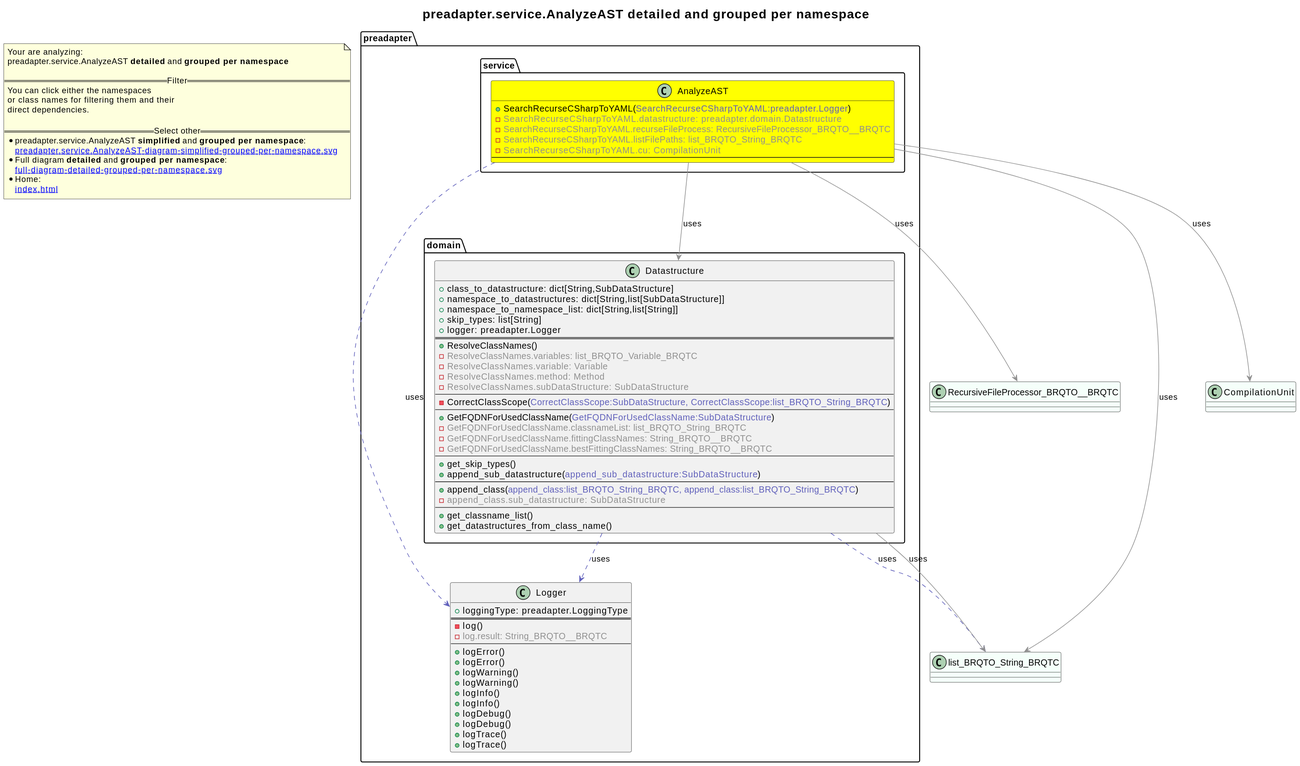
Earlier version of the PlantUML export revenger-java-adapter.out/preadapter.service.AnalyzeAST-diagram-detailed-grouped-per-namespace.svg (2BlackCoffees/revenger).
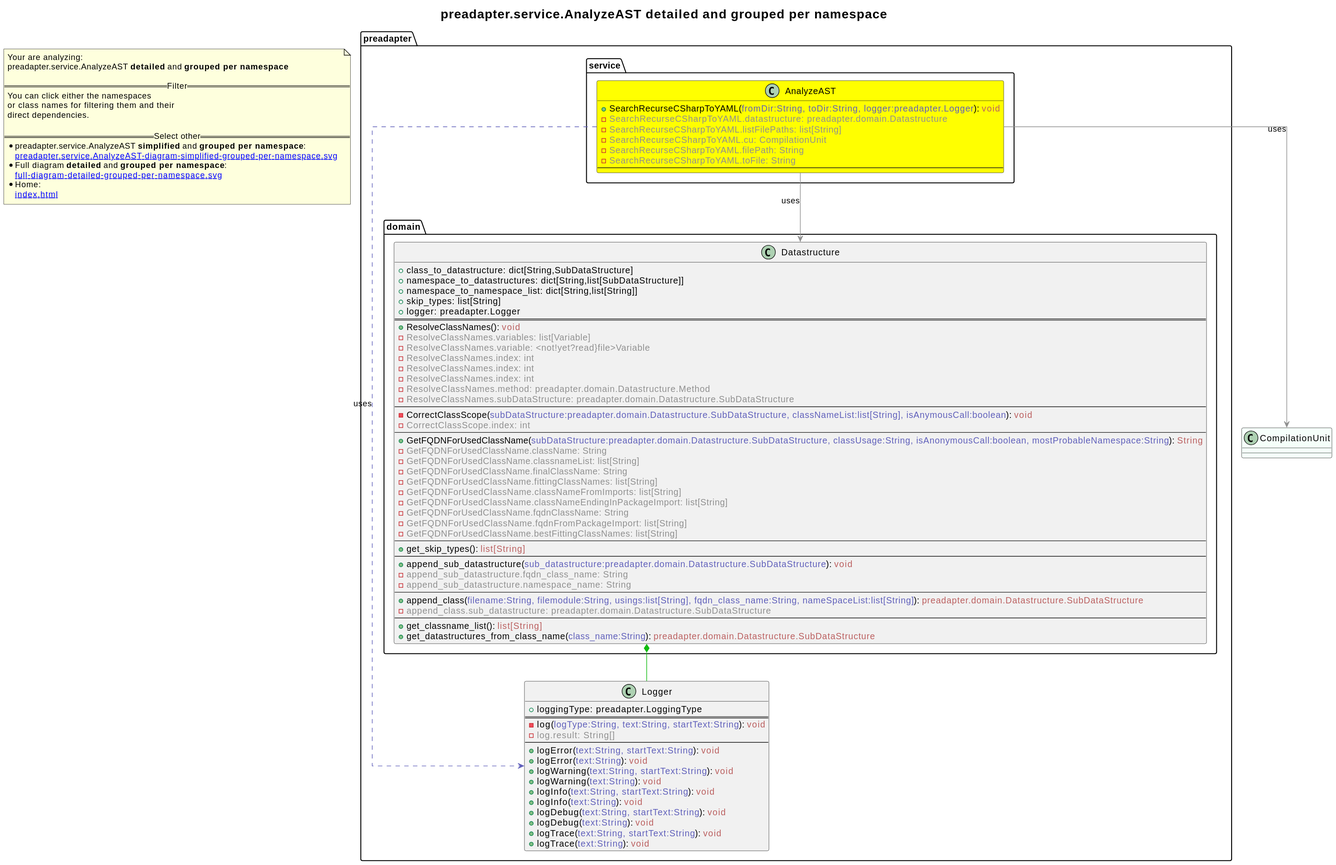
Later version of the same file.

The edit, as a diff of the source:
```diff
@@ -1,29 +1,26 @@
 @startuml
+skinparam linetype ortho
 title <size:20>preadapter.service.AnalyzeAST **detailed** and **grouped per namespace**</size>
 note "Your are analyzing:\npreadapter.service.AnalyzeAST **detailed** and **grouped per namespace**\n\n==Filter==\nYou can click either the namespaces \nor class names for filtering them and their\ndirect dependencies.\n\n==Select other==\n* preadapter.service.AnalyzeAST **simplified** and **grouped per namespace**:\n   [[preadapter.service.AnalyzeAST-diagram-simplified-grouped-per-namespace.svg]]\n* Full diagram **detailed** and **grouped per namespace**:\n   [[full-diagram-detailed-grouped-per-namespace.svg]]\n* Home:\n   [[index.html]]" as FloatingNote
-class RecursiveFileProcessor_BRQTO__BRQTC [[RecursiveFileProcessor_BRQTO__BRQTC-diagram-detailed-grouped-per-namespace.svg]] #MintCream {
-}
-class list_BRQTO_String_BRQTC [[list_BRQTO_String_BRQTC-diagram-detailed-grouped-per-namespace.svg]] #MintCream {
-}
 class CompilationUnit [[CompilationUnit-diagram-detailed-grouped-per-namespace.svg]] #MintCream {
 }
 namespace preadapter [[preadapter-diagram-detailed-grouped-per-namespace.svg]] {
 class preadapter.Logger [[preadapter.Logger-diagram-detailed-grouped-per-namespace.svg]]  {
   + loggingType: preadapter.LoggingType
 ==
-  - log(<font color="6060BB"></font>)
-  - <font color="909090">log.result: String_BRQTO__BRQTC</font>
+  - log(<font color="6060BB">logType:String, text:String, startText:String</font>): <font color="BB6060">void</font>
+  - <font color="909090">log.result: String[]</font>
 --
-  + logError(<font color="6060BB"></font>)
-  + logError(<font color="6060BB"></font>)
-  + logWarning(<font color="6060BB"></font>)
-  + logWarning(<font color="6060BB"></font>)
-  + logInfo(<font color="6060BB"></font>)
-  + logInfo(<font color="6060BB"></font>)
-  + logDebug(<font color="6060BB"></font>)
-  + logDebug(<font color="6060BB"></font>)
-  + logTrace(<font color="6060BB"></font>)
-  + logTrace(<font color="6060BB"></font>)
+  + logError(<font color="6060BB">text:String, startText:String</font>): <font color="BB6060">void</font>
+  + logError(<font color="6060BB">text:String</font>): <font color="BB6060">void</font>
+  + logWarning(<font color="6060BB">text:String, startText:String</font>): <font color="BB6060">void</font>
+  + logWarning(<font color="6060BB">text:String</font>): <font color="BB6060">void</font>
+  + logInfo(<font color="6060BB">text:String, startText:String</font>): <font color="BB6060">void</font>
+  + logInfo(<font color="6060BB">text:String</font>): <font color="BB6060">void</font>
+  + logDebug(<font color="6060BB">text:String, startText:String</font>): <font color="BB6060">void</font>
+  + logDebug(<font color="6060BB">text:String</font>): <font color="BB6060">void</font>
+  + logTrace(<font color="6060BB">text:String, startText:String</font>): <font color="BB6060">void</font>
+  + logTrace(<font color="6060BB">text:String</font>): <font color="BB6060">void</font>
 }
 }
 namespace preadapter [[preadapter-diagram-detailed-grouped-per-namespace.svg]] {
@@ -35,48 +32,58 @@
     + skip_types: list[String]
     + logger: preadapter.Logger
 ==
-    + ResolveClassNames(<font color="6060BB"></font>)
-    - <font color="909090">ResolveClassNames.variables: list_BRQTO_Variable_BRQTC</font>
-    - <font color="909090">ResolveClassNames.variable: Variable</font>
-    - <font color="909090">ResolveClassNames.method: Method</font>
-    - <font color="909090">ResolveClassNames.subDataStructure: SubDataStructure</font>
+    + ResolveClassNames(<font color="6060BB"></font>): <font color="BB6060">void</font>
+    - <font color="909090">ResolveClassNames.variables: list[Variable]</font>
+    - <font color="909090">ResolveClassNames.variable: <not!yet?read}file>Variable</font>
+    - <font color="909090">ResolveClassNames.index: int</font>
+    - <font color="909090">ResolveClassNames.index: int</font>
+    - <font color="909090">ResolveClassNames.index: int</font>
+    - <font color="909090">ResolveClassNames.method: preadapter.domain.Datastructure.Method</font>
+    - <font color="909090">ResolveClassNames.subDataStructure: preadapter.domain.Datastructure.SubDataStructure</font>
 --
-    - CorrectClassScope(<font color="6060BB">CorrectClassScope:SubDataStructure, CorrectClassScope:list_BRQTO_String_BRQTC</font>)
+    - CorrectClassScope(<font color="6060BB">subDataStructure:preadapter.domain.Datastructure.SubDataStructure, classNameList:list[String], isAnymousCall:boolean</font>): <font color="BB6060">void</font>
+    - <font color="909090">CorrectClassScope.index: int</font>
 --
-    + GetFQDNForUsedClassName(<font color="6060BB">GetFQDNForUsedClassName:SubDataStructure</font>)
-    - <font color="909090">GetFQDNForUsedClassName.classnameList: list_BRQTO_String_BRQTC</font>
-    - <font color="909090">GetFQDNForUsedClassName.fittingClassNames: String_BRQTO__BRQTC</font>
-    - <font color="909090">GetFQDNForUsedClassName.bestFittingClassNames: String_BRQTO__BRQTC</font>
+    + GetFQDNForUsedClassName(<font color="6060BB">subDataStructure:preadapter.domain.Datastructure.SubDataStructure, classUsage:String, isAnonymousCall:boolean, mostProbableNamespace:String</font>): <font color="BB6060">String</font>
+    - <font color="909090">GetFQDNForUsedClassName.className: String</font>
+    - <font color="909090">GetFQDNForUsedClassName.classnameList: list[String]</font>
+    - <font color="909090">GetFQDNForUsedClassName.finalClassName: String</font>
+    - <font color="909090">GetFQDNForUsedClassName.fittingClassNames: list[String]</font>
+    - <font color="909090">GetFQDNForUsedClassName.classNameFromImports: list[String]</font>
+    - <font color="909090">GetFQDNForUsedClassName.classNameEndingInPackageImport: list[String]</font>
+    - <font color="909090">GetFQDNForUsedClassName.fqdnClassName: String</font>
+    - <font color="909090">GetFQDNForUsedClassName.fqdnFromPackageImport: list[String]</font>
+    - <font color="909090">GetFQDNForUsedClassName.bestFittingClassNames: list[String]</font>
 --
-    + get_skip_types(<font color="6060BB"></font>)
-    + append_sub_datastructure(<font color="6060BB">append_sub_datastructure:SubDataStructure</font>)
+    + get_skip_types(<font color="6060BB"></font>): <font color="BB6060">list[String]</font>
 --
-    + append_class(<font color="6060BB">append_class:list_BRQTO_String_BRQTC, append_class:list_BRQTO_String_BRQTC</font>)
-    - <font color="909090">append_class.sub_datastructure: SubDataStructure</font>
+    + append_sub_datastructure(<font color="6060BB">sub_datastructure:preadapter.domain.Datastructure.SubDataStructure</font>): <font color="BB6060">void</font>
+    - <font color="909090">append_sub_datastructure.fqdn_class_name: String</font>
+    - <font color="909090">append_sub_datastructure.namespace_name: String</font>
 --
-    + get_classname_list(<font color="6060BB"></font>)
-    + get_datastructures_from_class_name(<font color="6060BB"></font>)
+    + append_class(<font color="6060BB">filename:String, filemodule:String, usings:list[String], fqdn_class_name:String, nameSpaceList:list[String]</font>): <font color="BB6060">preadapter.domain.Datastructure.SubDataStructure</font>
+    - <font color="909090">append_class.sub_datastructure: preadapter.domain.Datastructure.SubDataStructure</font>
+--
+    + get_classname_list(<font color="6060BB"></font>): <font color="BB6060">list[String]</font>
+    + get_datastructures_from_class_name(<font color="6060BB">class_name:String</font>): <font color="BB6060">preadapter.domain.Datastructure.SubDataStructure</font>
   }
 }
 }
 namespace preadapter [[preadapter-diagram-detailed-grouped-per-namespace.svg]] {
 namespace preadapter.service [[preadapter.service-diagram-detailed-grouped-per-namespace.svg]] {
   class preadapter.service.AnalyzeAST [[preadapter.service.AnalyzeAST-diagram-detailed-grouped-per-namespace.svg]] #yellow {
-    + SearchRecurseCSharpToYAML(<font color="6060BB">SearchRecurseCSharpToYAML:preadapter.Logger</font>)
+    + SearchRecurseCSharpToYAML(<font color="6060BB">fromDir:String, toDir:String, logger:preadapter.Logger</font>): <font color="BB6060">void</font>
     - <font color="909090">SearchRecurseCSharpToYAML.datastructure: preadapter.domain.Datastructure</font>
-    - <font color="909090">SearchRecurseCSharpToYAML.recurseFileProcess: RecursiveFileProcessor_BRQTO__BRQTC</font>
-    - <font color="909090">SearchRecurseCSharpToYAML.listFilePaths: list_BRQTO_String_BRQTC</font>
+    - <font color="909090">SearchRecurseCSharpToYAML.listFilePaths: list[String]</font>
     - <font color="909090">SearchRecurseCSharpToYAML.cu: CompilationUnit</font>
+    - <font color="909090">SearchRecurseCSharpToYAML.filePath: String</font>
+    - <font color="909090">SearchRecurseCSharpToYAML.toFile: String</font>
 --
   }
 }
 }
-preadapter.domain.Datastructure .[#6060BB].> preadapter.Logger  : uses
-preadapter.domain.Datastructure .[#6060BB].> list_BRQTO_String_BRQTC  : uses
-preadapter.domain.Datastructure -[#909090]-> list_BRQTO_String_BRQTC  : uses
+preadapter.domain.Datastructure *-[#10BB10]- preadapter.Logger
 preadapter.service.AnalyzeAST .[#6060BB].> preadapter.Logger  : uses
 preadapter.service.AnalyzeAST -[#909090]-> preadapter.domain.Datastructure  : uses
-preadapter.service.AnalyzeAST -[#909090]-> RecursiveFileProcessor_BRQTO__BRQTC  : uses
-preadapter.service.AnalyzeAST -[#909090]-> list_BRQTO_String_BRQTC  : uses
 preadapter.service.AnalyzeAST -[#909090]-> CompilationUnit  : uses
 @enduml
```
